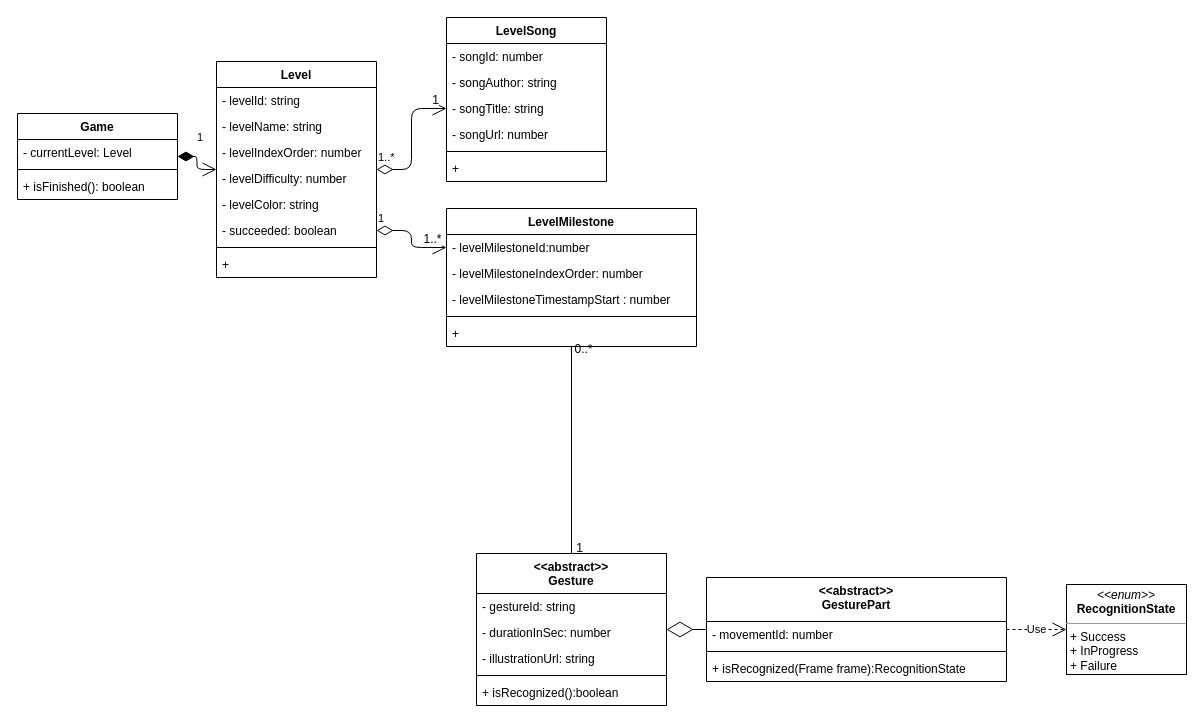
The draw.io diagram documents/diagrams/GesturesHero - Model - Class Diagram.drawio in GesturesHero/GesturesHero, before the edit. Source tidied: cells renumbered, new cells numbered last; positions are measured from the earlier drawing's top-left corner, leaving out a move shared by most shapes. Both pictures are drawn from the tidied source at 100%, with x=0, y=0 at pixel (17, 17).
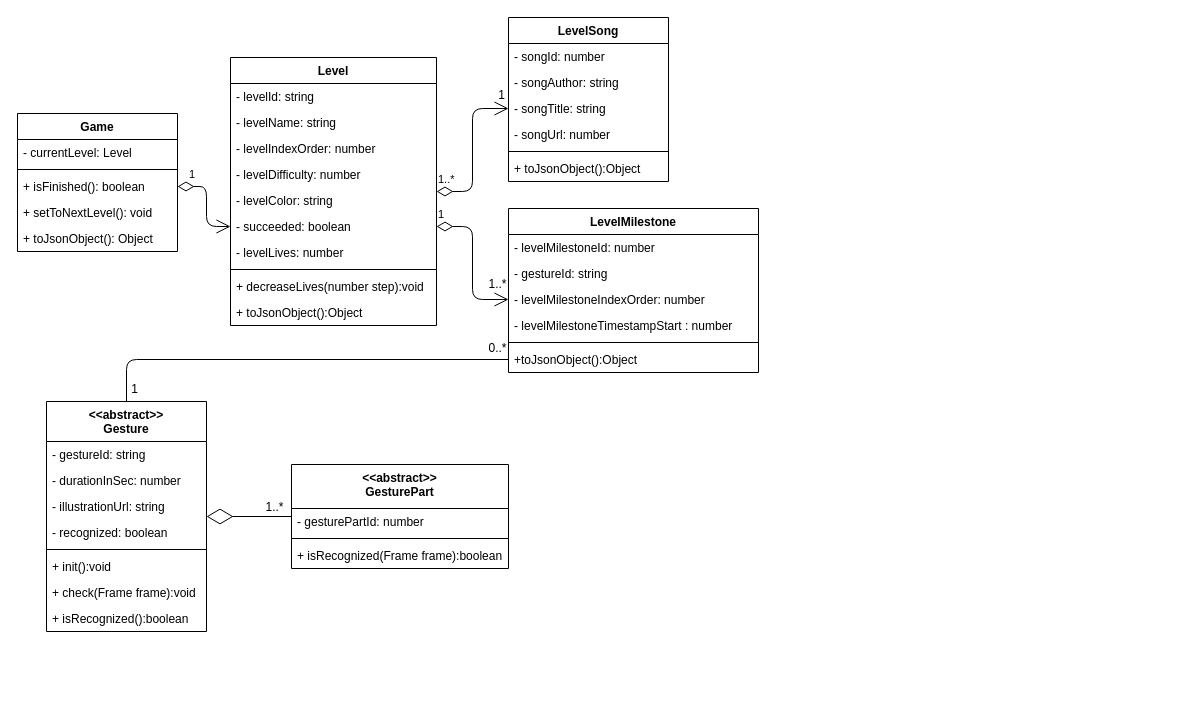
The same page after the edit.

Commit message (it also covers changes not shown here):
Class diagram up to date

Unchanged cells that the change refers to:
```xml
<mxCell id="3" value="1..*" style="endArrow=open;html=1;endSize=12;startArrow=diamondThin;startSize=14;startFill=0;edgeStyle=orthogonalEdgeStyle;align=left;verticalAlign=bottom;exitX=1;exitY=0.5;exitDx=0;exitDy=0;entryX=0;entryY=0.5;entryDx=0;entryDy=0;" parent="1" edge="1" source="17" target="29">
  <mxGeometry x="-1" y="3" relative="1" as="geometry" />
</mxCell>
<mxCell id="9" style="endArrow=diamondThin;endFill=0;endSize=24;html=1;" parent="1" edge="1" source="45" target="39">
  <mxGeometry relative="1" as="geometry" />
</mxCell>
```

Change to the diagram source:
```diff
@@
-    <mxCell id="2" value="1" style="endArrow=open;html=1;endSize=12;startArrow=diamondThin;startSize=14;startFill=1;edgeStyle=orthogonalEdgeStyle;align=left;verticalAlign=bottom;" parent="1" edge="1" source="13" target="17">
-      <mxGeometry x="-0.29" y="10" relative="1" as="geometry" />
+    <mxCell id="2" value="1" style="endArrow=open;html=1;endSize=12;startArrow=diamondThin;startSize=14;startFill=0;edgeStyle=orthogonalEdgeStyle;align=left;verticalAlign=bottom;entryX=0;entryY=0.5;entryDx=0;entryDy=0;exitX=1;exitY=0.5;exitDx=0;exitDy=0;" parent="1" edge="1" source="50" target="52">
+      <mxGeometry x="-0.25" y="-21" relative="1" as="geometry">
+        <Array as="points">
+          <mxPoint x="189" y="169" />
+          <mxPoint x="189" y="209" />
+        </Array>
+        <mxPoint x="2" y="-9" as="offset" />
+      </mxGeometry>
     </mxCell>
@@
     <mxCell id="4" value="1" style="text;html=1;align=center;verticalAlign=middle;labelBackgroundColor=#ffffff;" parent="3" vertex="1">
       <mxGeometry x="0.92" y="4" relative="1" as="geometry">
-        <mxPoint x="-6.3" y="-5" as="offset" />
+        <mxPoint x="-1.3" y="-10" as="offset" />
       </mxGeometry>
     </mxCell>
-    <mxCell id="5" value="1" style="endArrow=open;html=1;endSize=12;startArrow=diamondThin;startSize=14;startFill=0;edgeStyle=orthogonalEdgeStyle;align=left;verticalAlign=bottom;exitX=1;exitY=0.5;exitDx=0;exitDy=0;entryX=0;entryY=0.5;entryDx=0;entryDy=0;" parent="1" edge="1" source="23" target="34">
+    <mxCell id="5" value="1" style="endArrow=open;html=1;endSize=12;startArrow=diamondThin;startSize=14;startFill=0;edgeStyle=orthogonalEdgeStyle;align=left;verticalAlign=bottom;exitX=1;exitY=0.5;exitDx=0;exitDy=0;entryX=0;entryY=0.5;entryDx=0;entryDy=0;" parent="1" edge="1" source="52" target="35">
       <mxGeometry x="-1" y="3" relative="1" as="geometry" />
     </mxCell>
     <mxCell id="6" value="1..*" style="text;html=1;align=center;verticalAlign=middle;labelBackgroundColor=#ffffff;" parent="5" vertex="1">
       <mxGeometry x="0.92" y="4" relative="1" as="geometry">
-        <mxPoint x="-11.3" y="-5" as="offset" />
+        <mxPoint x="-5.3" y="-12" as="offset" />
       </mxGeometry>
     </mxCell>
-    <mxCell id="7" value="&lt;p style=&quot;margin: 0px ; margin-top: 4px ; text-align: center&quot;&gt;&lt;i&gt;&amp;lt;&amp;lt;enum&amp;gt;&amp;gt;&lt;/i&gt;&lt;br&gt;&lt;span style=&quot;text-align: left&quot;&gt;&lt;b&gt;RecognitionState&lt;/b&gt;&lt;/span&gt;&lt;br&gt;&lt;/p&gt;&lt;hr size=&quot;1&quot;&gt;&lt;p style=&quot;margin: 0px ; margin-left: 4px&quot;&gt;+ Success&lt;br&gt;+ InProgress&lt;/p&gt;&lt;p style=&quot;margin: 0px ; margin-left: 4px&quot;&gt;+ Failure&lt;/p&gt;" style="verticalAlign=top;align=left;overflow=fill;fontSize=12;fontFamily=Helvetica;html=1;" parent="1" vertex="1">
-      <mxGeometry x="1049" y="567" width="120" height="90" as="geometry" />
-    </mxCell>
-    <mxCell id="8" value="Use" style="endArrow=open;endSize=12;dashed=1;html=1;" parent="1" edge="1" source="45" target="7">
-      <mxGeometry relative="1" as="geometry" />
-    </mxCell>
@@
+    <mxCell id="49" value="1..*" style="text;html=1;align=center;verticalAlign=middle;labelBackgroundColor=#ffffff;" parent="9" vertex="1">
+      <mxGeometry x="-0.28" y="-2" relative="1" as="geometry">
+        <mxPoint x="13" y="-8" as="offset" />
+      </mxGeometry>
+    </mxCell>
-    <mxCell id="10" style="endArrow=none;html=1;edgeStyle=orthogonalEdgeStyle;" parent="1" edge="1" source="33" target="39">
-      <mxGeometry relative="1" as="geometry" />
+    <mxCell id="10" style="endArrow=none;html=1;edgeStyle=orthogonalEdgeStyle;entryX=0.5;entryY=0;entryDx=0;entryDy=0;exitX=0;exitY=0.5;exitDx=0;exitDy=0;" parent="1" edge="1" source="38" target="39">
+      <mxGeometry relative="1" as="geometry">
+        <Array as="points">
+          <mxPoint x="109" y="342" />
+        </Array>
+      </mxGeometry>
     </mxCell>
@@
     <mxCell id="12" value="0..*" style="text;html=1;align=center;verticalAlign=middle;labelBackgroundColor=#ffffff;" parent="10" vertex="1">
       <mxGeometry x="-0.79" y="-10" relative="1" as="geometry">
-        <mxPoint x="21" y="-19.3" as="offset" />
+        <mxPoint x="33.1" y="-2" as="offset" />
       </mxGeometry>
     </mxCell>
     <mxCell id="13" value="Game" style="swimlane;fontStyle=1;align=center;verticalAlign=top;horizontal=1;startSize=26;" parent="1" vertex="1">
-      <mxGeometry y="96" width="160" height="86" as="geometry" />
+      <mxGeometry y="96" width="160" height="138" as="geometry" />
     </mxCell>
@@
+    <mxCell id="50" value="+ isFinished(): boolean" style="text;strokeColor=none;fillColor=none;align=left;verticalAlign=top;spacingLeft=4;spacingRight=4;overflow=hidden;points=[[0,0.5],[1,0.5]];portConstraint=eastwest;" parent="13" vertex="1">
+      <mxGeometry y="60" width="160" height="26" as="geometry" />
+    </mxCell>
+    <mxCell id="51" value="+ setToNextLevel(): void" style="text;strokeColor=none;fillColor=none;align=left;verticalAlign=top;spacingLeft=4;spacingRight=4;overflow=hidden;" parent="13" vertex="1">
+      <mxGeometry y="86" width="160" height="26" as="geometry" />
+    </mxCell>
-    <mxCell id="16" value="+ isFinished(): boolean" style="text;strokeColor=none;fillColor=none;align=left;verticalAlign=top;spacingLeft=4;spacingRight=4;overflow=hidden;" parent="13" vertex="1">
-      <mxGeometry y="60" width="160" height="26" as="geometry" />
+    <mxCell id="16" value="+ toJsonObject(): Object" style="text;strokeColor=none;fillColor=none;align=left;verticalAlign=top;spacingLeft=4;spacingRight=4;overflow=hidden;" parent="13" vertex="1">
+      <mxGeometry y="112" width="160" height="26" as="geometry" />
     </mxCell>
     <mxCell id="17" value="Level" style="swimlane;fontStyle=1;align=center;verticalAlign=top;horizontal=1;startSize=26;" parent="1" vertex="1">
-      <mxGeometry x="199" y="44" width="160" height="216" as="geometry" />
+      <mxGeometry x="213" y="40" width="206" height="268" as="geometry" />
     </mxCell>
     <mxCell id="18" value="- levelId: string" style="text;strokeColor=none;fillColor=none;align=left;verticalAlign=top;spacingLeft=4;spacingRight=4;overflow=hidden;" parent="17" vertex="1">
-      <mxGeometry y="26" width="160" height="26" as="geometry" />
+      <mxGeometry y="26" width="206" height="26" as="geometry" />
     </mxCell>
     <mxCell id="19" value="- levelName: string" style="text;strokeColor=none;fillColor=none;align=left;verticalAlign=top;spacingLeft=4;spacingRight=4;overflow=hidden;" parent="17" vertex="1">
-      <mxGeometry y="52" width="160" height="26" as="geometry" />
+      <mxGeometry y="52" width="206" height="26" as="geometry" />
     </mxCell>
     <mxCell id="20" value="- levelIndexOrder: number" style="text;strokeColor=none;fillColor=none;align=left;verticalAlign=top;spacingLeft=4;spacingRight=4;overflow=hidden;" parent="17" vertex="1">
-      <mxGeometry y="78" width="160" height="26" as="geometry" />
+      <mxGeometry y="78" width="206" height="26" as="geometry" />
     </mxCell>
     <mxCell id="21" value="- levelDifficulty: number" style="text;strokeColor=none;fillColor=none;align=left;verticalAlign=top;spacingLeft=4;spacingRight=4;overflow=hidden;" parent="17" vertex="1">
-      <mxGeometry y="104" width="160" height="26" as="geometry" />
+      <mxGeometry y="104" width="206" height="26" as="geometry" />
     </mxCell>
     <mxCell id="22" value="- levelColor: string" style="text;strokeColor=none;fillColor=none;align=left;verticalAlign=top;spacingLeft=4;spacingRight=4;overflow=hidden;" parent="17" vertex="1">
-      <mxGeometry y="130" width="160" height="26" as="geometry" />
+      <mxGeometry y="130" width="206" height="26" as="geometry" />
     </mxCell>
+    <mxCell id="52" value="- succeeded: boolean" style="text;strokeColor=none;fillColor=none;align=left;verticalAlign=top;spacingLeft=4;spacingRight=4;overflow=hidden;points=[[0,0.5],[1,0.5]];portConstraint=eastwest;" parent="17" vertex="1">
+      <mxGeometry y="156" width="206" height="26" as="geometry" />
+    </mxCell>
-    <mxCell id="23" value="- succeeded: boolean" style="text;strokeColor=none;fillColor=none;align=left;verticalAlign=top;spacingLeft=4;spacingRight=4;overflow=hidden;points=[[0,0.5],[1,0.5]];portConstraint=eastwest;" parent="17" vertex="1">
-      <mxGeometry y="156" width="160" height="26" as="geometry" />
+    <mxCell id="23" value="- levelLives: number" style="text;strokeColor=none;fillColor=none;align=left;verticalAlign=top;spacingLeft=4;spacingRight=4;overflow=hidden;points=[[0,0.5],[1,0.5]];portConstraint=eastwest;" parent="17" vertex="1">
+      <mxGeometry y="182" width="206" height="26" as="geometry" />
     </mxCell>
     <mxCell id="24" style="line;strokeWidth=1;fillColor=none;align=left;verticalAlign=middle;spacingTop=-1;spacingLeft=3;spacingRight=3;labelPosition=right;" parent="17" vertex="1">
-      <mxGeometry y="182" width="160" height="8" as="geometry" />
+      <mxGeometry y="208" width="206" height="8" as="geometry" />
     </mxCell>
+    <mxCell id="53" value="+ decreaseLives(number step):void" style="text;strokeColor=none;fillColor=none;align=left;verticalAlign=top;spacingLeft=4;spacingRight=4;overflow=hidden;" parent="17" vertex="1">
+      <mxGeometry y="216" width="206" height="26" as="geometry" />
+    </mxCell>
-    <mxCell id="25" value="+" style="text;strokeColor=none;fillColor=none;align=left;verticalAlign=top;spacingLeft=4;spacingRight=4;overflow=hidden;" parent="17" vertex="1">
-      <mxGeometry y="190" width="160" height="26" as="geometry" />
+    <mxCell id="25" value="+ toJsonObject():Object" style="text;strokeColor=none;fillColor=none;align=left;verticalAlign=top;spacingLeft=4;spacingRight=4;overflow=hidden;" parent="17" vertex="1">
+      <mxGeometry y="242" width="206" height="26" as="geometry" />
     </mxCell>
     <mxCell id="26" value="LevelSong" style="swimlane;fontStyle=1;align=center;verticalAlign=top;horizontal=1;startSize=26;" parent="1" vertex="1">
-      <mxGeometry x="429" width="160" height="164" as="geometry" />
+      <mxGeometry x="491" width="160" height="164" as="geometry" />
     </mxCell>
@@
-    <mxCell id="32" value="+" style="text;strokeColor=none;fillColor=none;align=left;verticalAlign=top;spacingLeft=4;spacingRight=4;overflow=hidden;" parent="26" vertex="1">
+    <mxCell id="32" value="+ toJsonObject():Object" style="text;strokeColor=none;fillColor=none;align=left;verticalAlign=top;spacingLeft=4;spacingRight=4;overflow=hidden;" parent="26" vertex="1">
       <mxGeometry y="138" width="160" height="26" as="geometry" />
     </mxCell>
     <mxCell id="33" value="LevelMilestone" style="swimlane;fontStyle=1;align=center;verticalAlign=top;horizontal=1;startSize=26;" parent="1" vertex="1">
-      <mxGeometry x="429" y="191" width="250" height="138" as="geometry" />
+      <mxGeometry x="491" y="191" width="250" height="164" as="geometry" />
     </mxCell>
-    <mxCell id="34" value="- levelMilestoneId:number" style="text;strokeColor=none;fillColor=none;align=left;verticalAlign=top;spacingLeft=4;spacingRight=4;overflow=hidden;points=[[0,0.5],[1,0.5]];portConstraint=eastwest;" parent="33" vertex="1">
+    <mxCell id="34" value="- levelMilestoneId: number" style="text;strokeColor=none;fillColor=none;align=left;verticalAlign=top;spacingLeft=4;spacingRight=4;overflow=hidden;points=[[0,0.5],[1,0.5]];portConstraint=eastwest;" parent="33" vertex="1">
       <mxGeometry y="26" width="250" height="26" as="geometry" />
     </mxCell>
+    <mxCell id="36" value="- gestureId: string" style="text;strokeColor=none;fillColor=none;align=left;verticalAlign=top;spacingLeft=4;spacingRight=4;overflow=hidden;" parent="33" vertex="1">
+      <mxGeometry y="52" width="250" height="26" as="geometry" />
+    </mxCell>
     <mxCell id="35" value="- levelMilestoneIndexOrder: number" style="text;strokeColor=none;fillColor=none;align=left;verticalAlign=top;spacingLeft=4;spacingRight=4;overflow=hidden;points=[[0,0.5],[1,0.5]];portConstraint=eastwest;" parent="33" vertex="1">
-      <mxGeometry y="52" width="250" height="26" as="geometry" />
+      <mxGeometry y="78" width="250" height="26" as="geometry" />
     </mxCell>
-    <mxCell id="36" value="- levelMilestoneTimestampStart : number" style="text;strokeColor=none;fillColor=none;align=left;verticalAlign=top;spacingLeft=4;spacingRight=4;overflow=hidden;" parent="33" vertex="1">
-      <mxGeometry y="78" width="250" height="26" as="geometry" />
-    </mxCell>
+    <mxCell id="54" value="- levelMilestoneTimestampStart : number" style="text;strokeColor=none;fillColor=none;align=left;verticalAlign=top;spacingLeft=4;spacingRight=4;overflow=hidden;" parent="33" vertex="1">
+      <mxGeometry y="104" width="250" height="26" as="geometry" />
+    </mxCell>
     <mxCell id="37" style="line;strokeWidth=1;fillColor=none;align=left;verticalAlign=middle;spacingTop=-1;spacingLeft=3;spacingRight=3;labelPosition=right;" parent="33" vertex="1">
-      <mxGeometry y="104" width="250" height="8" as="geometry" />
+      <mxGeometry y="130" width="250" height="8" as="geometry" />
     </mxCell>
-    <mxCell id="38" value="+" style="text;strokeColor=none;fillColor=none;align=left;verticalAlign=top;spacingLeft=4;spacingRight=4;overflow=hidden;points=[[0,0.5],[1,0.5]];portConstraint=eastwest;" parent="33" vertex="1">
-      <mxGeometry y="112" width="250" height="26" as="geometry" />
+    <mxCell id="38" value="+toJsonObject():Object" style="text;strokeColor=none;fillColor=none;align=left;verticalAlign=top;spacingLeft=4;spacingRight=4;overflow=hidden;points=[[0,0.5],[1,0.5]];portConstraint=eastwest;" parent="33" vertex="1">
+      <mxGeometry y="138" width="250" height="26" as="geometry" />
     </mxCell>
     <mxCell id="39" value="&lt;&lt;abstract&gt;&gt;&#10;Gesture" style="swimlane;fontStyle=1;align=center;verticalAlign=top;horizontal=1;startSize=40;" parent="1" vertex="1">
-      <mxGeometry x="459" y="536" width="190" height="152" as="geometry" />
+      <mxGeometry x="29" y="384" width="160" height="230" as="geometry" />
     </mxCell>
     <mxCell id="40" value="- gestureId: string" style="text;strokeColor=none;fillColor=none;align=left;verticalAlign=top;spacingLeft=4;spacingRight=4;overflow=hidden;" parent="39" vertex="1">
-      <mxGeometry y="40" width="190" height="26" as="geometry" />
+      <mxGeometry y="40" width="160" height="26" as="geometry" />
     </mxCell>
     <mxCell id="41" value="- durationInSec: number" style="text;strokeColor=none;fillColor=none;align=left;verticalAlign=top;spacingLeft=4;spacingRight=4;overflow=hidden;" parent="39" vertex="1">
-      <mxGeometry y="66" width="190" height="26" as="geometry" />
+      <mxGeometry y="66" width="160" height="26" as="geometry" />
     </mxCell>
+    <mxCell id="55" value="- illustrationUrl: string" style="text;strokeColor=none;fillColor=none;align=left;verticalAlign=top;spacingLeft=4;spacingRight=4;overflow=hidden;" parent="39" vertex="1">
+      <mxGeometry y="92" width="160" height="26" as="geometry" />
+    </mxCell>
-    <mxCell id="42" value="- illustrationUrl: string" style="text;strokeColor=none;fillColor=none;align=left;verticalAlign=top;spacingLeft=4;spacingRight=4;overflow=hidden;" parent="39" vertex="1">
-      <mxGeometry y="92" width="190" height="26" as="geometry" />
+    <mxCell id="42" value="- recognized: boolean" style="text;strokeColor=none;fillColor=none;align=left;verticalAlign=top;spacingLeft=4;spacingRight=4;overflow=hidden;" parent="39" vertex="1">
+      <mxGeometry y="118" width="160" height="26" as="geometry" />
     </mxCell>
     <mxCell id="43" style="line;strokeWidth=1;fillColor=none;align=left;verticalAlign=middle;spacingTop=-1;spacingLeft=3;spacingRight=3;labelPosition=right;" parent="39" vertex="1">
-      <mxGeometry y="118" width="190" height="8" as="geometry" />
+      <mxGeometry y="144" width="160" height="8" as="geometry" />
     </mxCell>
+    <mxCell id="56" value="+ init():void" style="text;strokeColor=none;fillColor=none;align=left;verticalAlign=top;spacingLeft=4;spacingRight=4;overflow=hidden;" parent="39" vertex="1">
+      <mxGeometry y="152" width="160" height="26" as="geometry" />
+    </mxCell>
-    <mxCell id="44" value="+ isRecognized():boolean" style="text;strokeColor=none;fillColor=none;align=left;verticalAlign=top;spacingLeft=4;spacingRight=4;overflow=hidden;" parent="39" vertex="1">
-      <mxGeometry y="126" width="190" height="26" as="geometry" />
+    <mxCell id="44" value="+ check(Frame frame):void" style="text;strokeColor=none;fillColor=none;align=left;verticalAlign=top;spacingLeft=4;spacingRight=4;overflow=hidden;" parent="39" vertex="1">
+      <mxGeometry y="178" width="160" height="26" as="geometry" />
     </mxCell>
+    <mxCell id="57" value="+ isRecognized():boolean" style="text;strokeColor=none;fillColor=none;align=left;verticalAlign=top;spacingLeft=4;spacingRight=4;overflow=hidden;" parent="39" vertex="1">
+      <mxGeometry y="204" width="160" height="26" as="geometry" />
+    </mxCell>
     <mxCell id="45" value="&lt;&lt;abstract&gt;&gt;&#10;GesturePart" style="swimlane;fontStyle=1;align=center;verticalAlign=top;horizontal=1;startSize=44;" parent="1" vertex="1">
-      <mxGeometry x="689" y="560" width="300" height="104" as="geometry" />
+      <mxGeometry x="274" y="447" width="217" height="104" as="geometry" />
     </mxCell>
-    <mxCell id="46" value="- movementId: number" style="text;strokeColor=none;fillColor=none;align=left;verticalAlign=top;spacingLeft=4;spacingRight=4;overflow=hidden;" parent="45" vertex="1">
-      <mxGeometry y="44" width="300" height="26" as="geometry" />
+    <mxCell id="46" value="- gesturePartId: number" style="text;strokeColor=none;fillColor=none;align=left;verticalAlign=top;spacingLeft=4;spacingRight=4;overflow=hidden;" parent="45" vertex="1">
+      <mxGeometry y="44" width="217" height="26" as="geometry" />
     </mxCell>
     <mxCell id="47" style="line;strokeWidth=1;fillColor=none;align=left;verticalAlign=middle;spacingTop=-1;spacingLeft=3;spacingRight=3;labelPosition=right;" parent="45" vertex="1">
-      <mxGeometry y="70" width="300" height="8" as="geometry" />
+      <mxGeometry y="70" width="217" height="8" as="geometry" />
     </mxCell>
-    <mxCell id="48" value="+ isRecognized(Frame frame):RecognitionState" style="text;strokeColor=none;fillColor=none;align=left;verticalAlign=top;spacingLeft=4;spacingRight=4;overflow=hidden;" parent="45" vertex="1">
-      <mxGeometry y="78" width="300" height="26" as="geometry" />
+    <mxCell id="48" value="+ isRecognized(Frame frame):boolean" style="text;strokeColor=none;fillColor=none;align=left;verticalAlign=top;spacingLeft=4;spacingRight=4;overflow=hidden;" parent="45" vertex="1">
+      <mxGeometry y="78" width="217" height="26" as="geometry" />
     </mxCell>
```
